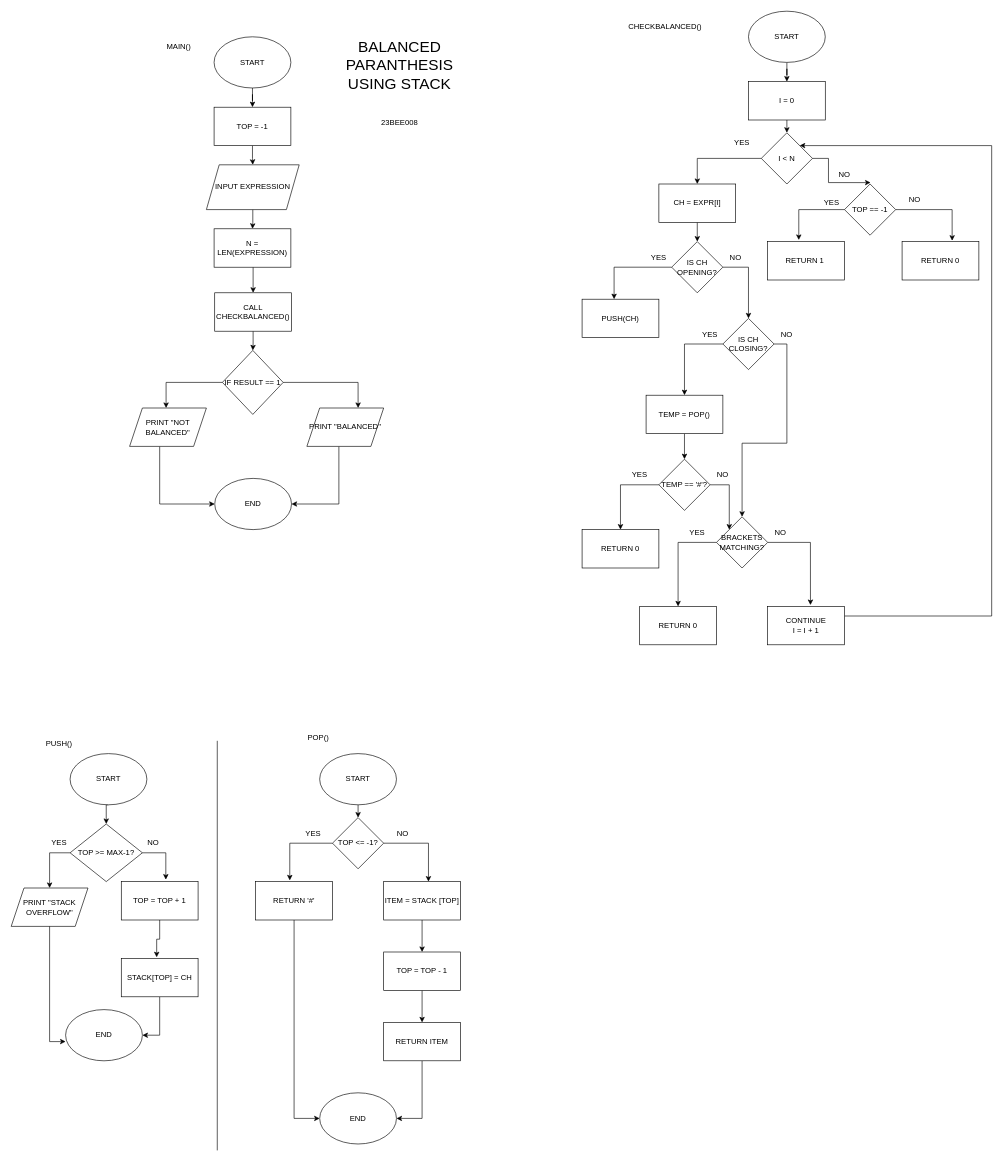
Earlier version of the draw.io diagram BALANCED_PARANTHESIS.drawio (ahamril2265/DSA-LABS). Source tidied: cells renumbered, new cells numbered last; positions are measured from the earlier drawing's top-left corner, leaving out a move shared by most shapes. Both pictures are drawn from the tidied source at 64%, with x=0, y=0 at pixel (11, 11).
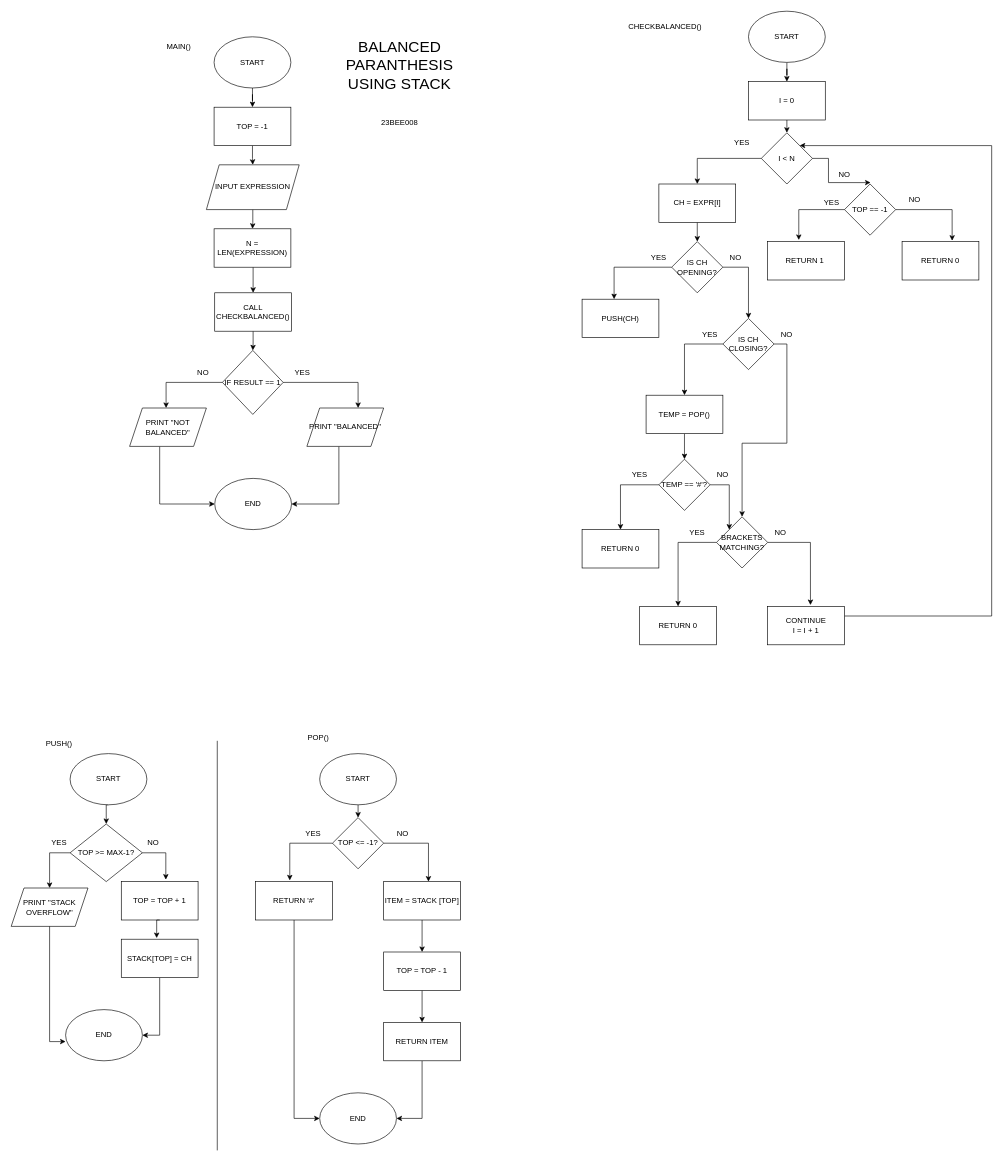
The same diagram, later.

The edit, as a diff of the source:
```diff
@@
     <mxCell id="75" value="STACK[TOP] = CH" style="rounded=0;whiteSpace=wrap;html=1;" parent="1" vertex="1">
-      <mxGeometry x="172" y="1480" width="120" height="60" as="geometry" />
+      <mxGeometry x="172" y="1450" width="120" height="60" as="geometry" />
     </mxCell>
@@
+    <mxCell id="102" value="YES" style="text;html=1;whiteSpace=wrap;strokeColor=none;fillColor=none;align=center;verticalAlign=middle;rounded=0;" parent="1" vertex="1">
+      <mxGeometry x="425" y="550" width="60" height="30" as="geometry" />
+    </mxCell>
+    <mxCell id="103" value="NO" style="text;html=1;whiteSpace=wrap;strokeColor=none;fillColor=none;align=center;verticalAlign=middle;rounded=0;" parent="1" vertex="1">
+      <mxGeometry x="270" y="550" width="60" height="30" as="geometry" />
+    </mxCell>
```
